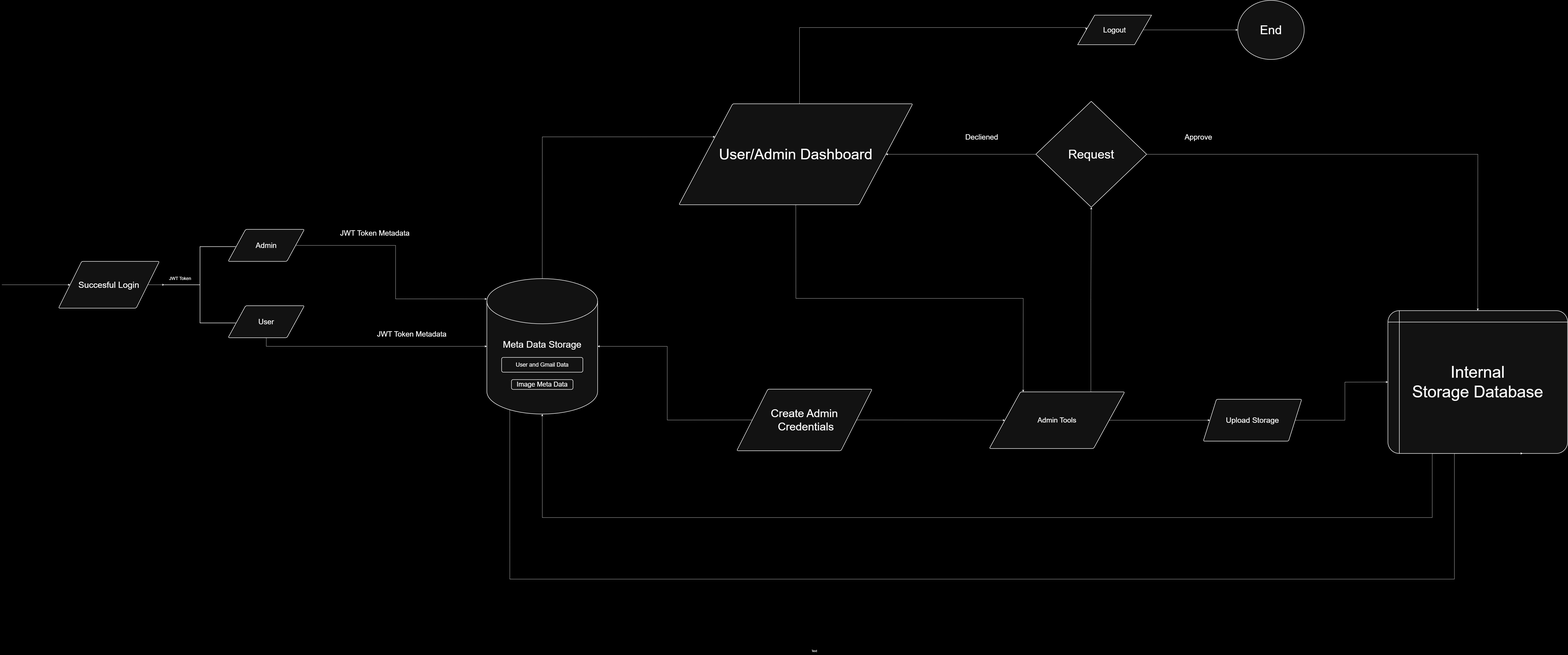
Earlier version of the draw.io export assets/dashboard-flow.png.png (PrajyotKankal/image-approval-system). Source tidied: cells renumbered, new cells last; positions are measured from the earlier drawing's top-left corner, leaving out a move shared by most shapes.
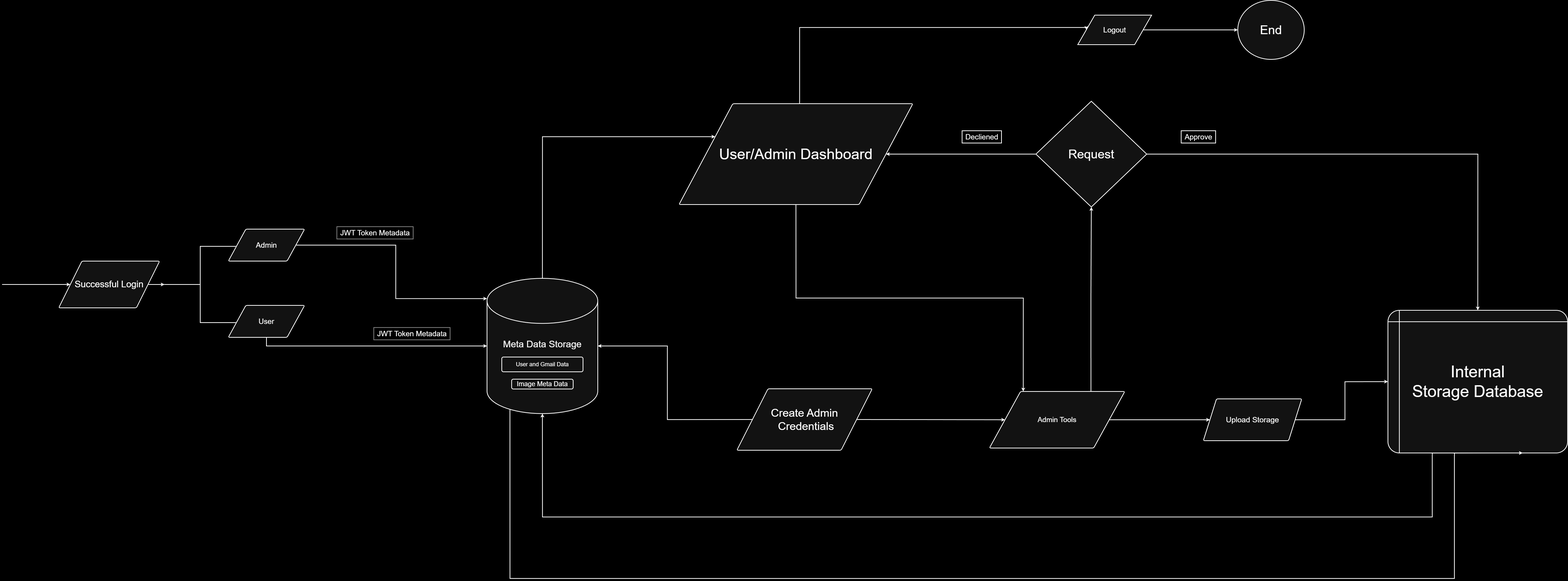
After the change.

Commit message:
Added flowchart PNGs to assets folder

The edit, as a diff of the source:
```diff
@@ -2,19 +2,16 @@
   <root>
     <mxCell id="0" />
     <mxCell id="1" parent="0" />
-    <mxCell id="2" style="strokeWidth=2;html=1;shape=mxgraph.flowchart.annotation_2;align=left;labelPosition=right;" parent="1" vertex="1">
+    <mxCell id="2" style="strokeWidth=3;html=1;shape=mxgraph.flowchart.annotation_2;align=left;labelPosition=right;strokeColor=default;" parent="1" vertex="1">
       <mxGeometry x="660" y="1000" width="290" height="310" as="geometry" />
     </mxCell>
-    <mxCell id="3" value="&lt;font style=&quot;font-size: 30px;&quot;&gt;Admin&lt;/font&gt;" style="shape=parallelogram;html=1;strokeWidth=2;perimeter=parallelogramPerimeter;whiteSpace=wrap;rounded=1;arcSize=12;size=0.23;" parent="1" vertex="1">
+    <mxCell id="3" value="&lt;font style=&quot;font-size: 30px;&quot;&gt;Admin&lt;/font&gt;" style="shape=parallelogram;html=1;strokeWidth=3;perimeter=parallelogramPerimeter;whiteSpace=wrap;rounded=1;arcSize=12;size=0.23;strokeColor=default;" parent="1" vertex="1">
       <mxGeometry x="919" y="930" width="310" height="130" as="geometry" />
     </mxCell>
-    <mxCell id="4" value="&lt;font style=&quot;font-size: 30px;&quot;&gt;User&lt;/font&gt;" style="shape=parallelogram;html=1;strokeWidth=2;perimeter=parallelogramPerimeter;whiteSpace=wrap;rounded=1;arcSize=12;size=0.23;" parent="1" vertex="1">
+    <mxCell id="4" value="&lt;font style=&quot;font-size: 30px;&quot;&gt;User&lt;/font&gt;" style="shape=parallelogram;html=1;strokeWidth=3;perimeter=parallelogramPerimeter;whiteSpace=wrap;rounded=1;arcSize=12;size=0.23;strokeColor=default;" parent="1" vertex="1">
       <mxGeometry x="919" y="1240" width="310" height="130" as="geometry" />
     </mxCell>
-    <mxCell id="5" value="&lt;font style=&quot;font-size: 18px;&quot;&gt;JWT Token&lt;/font&gt;" style="text;html=1;align=center;verticalAlign=middle;strokeColor=none;fillColor=none;strokeWidth=48;" parent="1" vertex="1">
-      <mxGeometry x="669" y="1110" width="110" height="40" as="geometry" />
-    </mxCell>
-    <mxCell id="6" style="edgeStyle=orthogonalEdgeStyle;rounded=0;jettySize=auto;html=1;exitX=0.5;exitY=0;exitDx=0;exitDy=0;entryX=0;entryY=0.5;entryDx=0;entryDy=0;" parent="1" edge="1" source="8" target="23">
+    <mxCell id="6" style="edgeStyle=orthogonalEdgeStyle;rounded=0;jettySize=auto;html=1;exitX=0.5;exitY=0;exitDx=0;exitDy=0;entryX=0;entryY=0.5;entryDx=0;entryDy=0;curved=0;strokeColor=default;strokeWidth=3;" parent="1" edge="1" source="8" target="23">
       <mxGeometry relative="1" as="geometry">
         <Array as="points">
           <mxPoint x="3240" y="420" />
@@ -23,28 +20,28 @@
         </Array>
       </mxGeometry>
     </mxCell>
-    <mxCell id="7" style="edgeStyle=orthogonalEdgeStyle;rounded=0;jettySize=auto;html=1;exitX=0.5;exitY=1;exitDx=0;exitDy=0;entryX=0.25;entryY=0;entryDx=0;entryDy=0;" parent="1" edge="1" source="8" target="10">
+    <mxCell id="7" style="edgeStyle=orthogonalEdgeStyle;rounded=0;jettySize=auto;html=1;exitX=0.5;exitY=1;exitDx=0;exitDy=0;entryX=0.25;entryY=0;entryDx=0;entryDy=0;strokeColor=default;strokeWidth=3;" parent="1" edge="1" source="8" target="10">
       <mxGeometry relative="1" as="geometry" />
     </mxCell>
-    <mxCell id="8" value="&lt;font style=&quot;font-size: 60px;&quot;&gt;User/Admin Dashboard&lt;/font&gt;" style="shape=parallelogram;html=1;strokeWidth=2;perimeter=parallelogramPerimeter;whiteSpace=wrap;rounded=1;arcSize=12;size=0.23;" parent="1" vertex="1">
+    <mxCell id="8" value="&lt;font style=&quot;font-size: 60px;&quot;&gt;User/Admin Dashboard&lt;/font&gt;" style="shape=parallelogram;html=1;strokeWidth=3;perimeter=parallelogramPerimeter;whiteSpace=wrap;rounded=1;arcSize=12;size=0.23;strokeColor=default;" parent="1" vertex="1">
       <mxGeometry x="2750" y="420" width="950" height="410" as="geometry" />
     </mxCell>
-    <mxCell id="9" style="edgeStyle=orthogonalEdgeStyle;rounded=0;jettySize=auto;html=1;exitX=1;exitY=0.5;exitDx=0;exitDy=0;entryX=0;entryY=0.5;entryDx=0;entryDy=0;" parent="1" edge="1" source="10" target="12">
+    <mxCell id="9" style="edgeStyle=orthogonalEdgeStyle;rounded=0;jettySize=auto;html=1;exitX=1;exitY=0.5;exitDx=0;exitDy=0;entryX=0;entryY=0.5;entryDx=0;entryDy=0;strokeColor=default;strokeWidth=3;" parent="1" edge="1" source="10" target="12">
       <mxGeometry relative="1" as="geometry" />
     </mxCell>
-    <mxCell id="10" value="&lt;font style=&quot;font-size: 29px;&quot;&gt;Admin Tools&lt;/font&gt;" style="shape=parallelogram;html=1;strokeWidth=2;perimeter=parallelogramPerimeter;whiteSpace=wrap;rounded=1;arcSize=12;size=0.23;" parent="1" vertex="1">
+    <mxCell id="10" value="&lt;font style=&quot;font-size: 29px;&quot;&gt;Admin Tools&lt;/font&gt;" style="shape=parallelogram;html=1;strokeWidth=3;perimeter=parallelogramPerimeter;whiteSpace=wrap;rounded=1;arcSize=12;size=0.23;strokeColor=default;" parent="1" vertex="1">
       <mxGeometry x="4011" y="1590" width="550" height="230" as="geometry" />
     </mxCell>
-    <mxCell id="11" style="edgeStyle=orthogonalEdgeStyle;rounded=0;jettySize=auto;html=1;exitX=1;exitY=0.5;exitDx=0;exitDy=0;entryX=0;entryY=0.5;entryDx=0;entryDy=0;" parent="1" edge="1" source="12" target="13">
+    <mxCell id="11" style="edgeStyle=orthogonalEdgeStyle;rounded=0;jettySize=auto;html=1;exitX=1;exitY=0.5;exitDx=0;exitDy=0;entryX=0;entryY=0.5;entryDx=0;entryDy=0;strokeColor=default;strokeWidth=3;" parent="1" edge="1" source="12" target="13">
       <mxGeometry relative="1" as="geometry" />
     </mxCell>
-    <mxCell id="12" value="&lt;font style=&quot;font-size: 31px;&quot;&gt;Upload Storage&lt;/font&gt;" style="shape=parallelogram;html=1;strokeWidth=2;perimeter=parallelogramPerimeter;whiteSpace=wrap;rounded=1;arcSize=12;size=0.13392857142857142;" parent="1" vertex="1">
+    <mxCell id="12" value="&lt;font style=&quot;font-size: 31px;&quot;&gt;Upload Storage&lt;/font&gt;" style="shape=parallelogram;html=1;strokeWidth=3;perimeter=parallelogramPerimeter;whiteSpace=wrap;rounded=1;arcSize=12;size=0.13392857142857142;strokeColor=default;" parent="1" vertex="1">
       <mxGeometry x="4880" y="1620" width="400" height="170" as="geometry" />
     </mxCell>
-    <mxCell id="13" value="&lt;font style=&quot;font-size: 66px;&quot;&gt;Internal&lt;/font&gt;&lt;div&gt;&lt;font style=&quot;font-size: 66px;&quot;&gt;Storage Database&lt;/font&gt;&lt;/div&gt;" style="shape=internalStorage;whiteSpace=wrap;html=1;dx=15;dy=15;rounded=1;arcSize=8;strokeWidth=2;" parent="1" vertex="1">
+    <mxCell id="13" value="&lt;font style=&quot;font-size: 66px;&quot;&gt;Internal&lt;/font&gt;&lt;div&gt;&lt;font style=&quot;font-size: 66px;&quot;&gt;Storage Database&lt;/font&gt;&lt;/div&gt;" style="shape=internalStorage;whiteSpace=wrap;html=1;dx=15;dy=15;rounded=1;arcSize=8;strokeWidth=3;strokeColor=default;" parent="1" vertex="1">
       <mxGeometry x="5630" y="1260" width="730" height="580" as="geometry" />
     </mxCell>
-    <mxCell id="14" style="edgeStyle=orthogonalEdgeStyle;rounded=0;jettySize=auto;html=1;exitX=0.207;exitY=0.969;exitDx=0;exitDy=0;exitPerimeter=0;entryX=0.75;entryY=1;entryDx=0;entryDy=0;" parent="1" edge="1" source="16" target="13">
+    <mxCell id="14" style="edgeStyle=orthogonalEdgeStyle;rounded=0;jettySize=auto;html=1;exitX=0.207;exitY=0.969;exitDx=0;exitDy=0;exitPerimeter=0;entryX=0.75;entryY=1;entryDx=0;entryDy=0;strokeColor=default;strokeWidth=3;" parent="1" edge="1" source="16" target="13">
       <mxGeometry relative="1" as="geometry">
         <Array as="points">
           <mxPoint x="2063" y="2350" />
@@ -53,44 +50,44 @@
         </Array>
       </mxGeometry>
     </mxCell>
-    <mxCell id="15" style="edgeStyle=orthogonalEdgeStyle;rounded=0;jettySize=auto;html=1;exitX=0.5;exitY=0;exitDx=0;exitDy=0;exitPerimeter=0;entryX=0;entryY=0.25;entryDx=0;entryDy=0;" parent="1" edge="1" source="16" target="8">
+    <mxCell id="15" style="edgeStyle=orthogonalEdgeStyle;rounded=0;jettySize=auto;html=1;exitX=0.5;exitY=0;exitDx=0;exitDy=0;exitPerimeter=0;entryX=0;entryY=0.25;entryDx=0;entryDy=0;strokeColor=default;strokeWidth=3;" parent="1" edge="1" source="16" target="8">
       <mxGeometry relative="1" as="geometry">
         <Array as="points">
           <mxPoint x="2195" y="554" />
         </Array>
       </mxGeometry>
     </mxCell>
-    <mxCell id="16" value="&lt;font style=&quot;font-size: 38px;&quot;&gt;Meta Data Storage&lt;/font&gt;&lt;div&gt;&lt;br&gt;&lt;/div&gt;" style="strokeWidth=2;html=1;shape=mxgraph.flowchart.database;whiteSpace=wrap;" parent="1" vertex="1">
+    <mxCell id="16" value="&lt;font style=&quot;font-size: 38px;&quot;&gt;Meta Data Storage&lt;/font&gt;&lt;div&gt;&lt;br&gt;&lt;/div&gt;" style="strokeWidth=3;html=1;shape=mxgraph.flowchart.database;whiteSpace=wrap;strokeColor=default;" parent="1" vertex="1">
       <mxGeometry x="1970" y="1130" width="450" height="550" as="geometry" />
     </mxCell>
-    <mxCell id="17" style="edgeStyle=orthogonalEdgeStyle;rounded=0;jettySize=auto;html=1;exitX=1;exitY=0.5;exitDx=0;exitDy=0;exitPerimeter=0;entryX=0.5;entryY=0;entryDx=0;entryDy=0;" parent="1" edge="1" source="19" target="13">
+    <mxCell id="17" style="edgeStyle=orthogonalEdgeStyle;rounded=0;jettySize=auto;html=1;exitX=1;exitY=0.5;exitDx=0;exitDy=0;exitPerimeter=0;entryX=0.5;entryY=0;entryDx=0;entryDy=0;strokeColor=default;strokeWidth=3;" parent="1" edge="1" source="19" target="13">
       <mxGeometry relative="1" as="geometry" />
     </mxCell>
-    <mxCell id="18" style="edgeStyle=orthogonalEdgeStyle;rounded=0;jettySize=auto;html=1;exitX=0;exitY=0.5;exitDx=0;exitDy=0;exitPerimeter=0;entryX=1;entryY=0.5;entryDx=0;entryDy=0;" parent="1" edge="1" source="19" target="8">
+    <mxCell id="18" style="edgeStyle=orthogonalEdgeStyle;rounded=0;jettySize=auto;html=1;exitX=0;exitY=0.5;exitDx=0;exitDy=0;exitPerimeter=0;entryX=1;entryY=0.5;entryDx=0;entryDy=0;strokeColor=default;strokeWidth=3;" parent="1" edge="1" source="19" target="8">
       <mxGeometry relative="1" as="geometry" />
     </mxCell>
-    <mxCell id="19" value="&lt;font style=&quot;font-size: 50px;&quot;&gt;Request&lt;/font&gt;" style="strokeWidth=2;html=1;shape=mxgraph.flowchart.decision;whiteSpace=wrap;" parent="1" vertex="1">
+    <mxCell id="19" value="&lt;font style=&quot;font-size: 50px;&quot;&gt;Request&lt;/font&gt;" style="strokeWidth=3;html=1;shape=mxgraph.flowchart.decision;whiteSpace=wrap;strokeColor=default;" parent="1" vertex="1">
       <mxGeometry x="4200" y="410" width="450" height="430" as="geometry" />
     </mxCell>
-    <mxCell id="20" value="&lt;font style=&quot;font-size: 30px;&quot;&gt;Approve&lt;/font&gt;" style="text;html=1;align=center;verticalAlign=middle;strokeColor=none;fillColor=none;" parent="1" vertex="1">
+    <mxCell id="20" value="&lt;font style=&quot;font-size: 30px;&quot;&gt;Approve&lt;/font&gt;" style="text;html=1;align=center;verticalAlign=middle;strokeColor=default;fillColor=none;strokeWidth=3;" parent="1" vertex="1">
       <mxGeometry x="4790" y="530" width="140" height="50" as="geometry" />
     </mxCell>
-    <mxCell id="21" value="&lt;font style=&quot;font-size: 30px;&quot;&gt;JWT Token Metadata&lt;/font&gt;" style="text;html=1;align=center;verticalAlign=middle;strokeColor=none;fillColor=none;opacity=50;" parent="1" vertex="1">
+    <mxCell id="21" value="&lt;font style=&quot;font-size: 30px;&quot;&gt;JWT Token Metadata&lt;/font&gt;" style="text;html=1;align=center;verticalAlign=middle;strokeColor=default;fillColor=none;opacity=50;strokeWidth=3;" parent="1" vertex="1">
       <mxGeometry x="1510" y="1330" width="310" height="50" as="geometry" />
     </mxCell>
-    <mxCell id="22" style="edgeStyle=orthogonalEdgeStyle;rounded=0;jettySize=auto;html=1;" parent="1" edge="1" source="23" target="37">
+    <mxCell id="22" style="edgeStyle=orthogonalEdgeStyle;rounded=0;jettySize=auto;html=1;strokeColor=default;strokeWidth=3;" parent="1" edge="1" source="23" target="37">
       <mxGeometry relative="1" as="geometry" />
     </mxCell>
-    <mxCell id="23" value="&lt;font style=&quot;font-size: 30px;&quot;&gt;Logout&lt;/font&gt;" style="shape=parallelogram;html=1;strokeWidth=2;perimeter=parallelogramPerimeter;whiteSpace=wrap;rounded=1;arcSize=0;size=0.23;" parent="1" vertex="1">
+    <mxCell id="23" value="&lt;font style=&quot;font-size: 30px;&quot;&gt;Logout&lt;/font&gt;" style="shape=parallelogram;html=1;strokeWidth=3;perimeter=parallelogramPerimeter;whiteSpace=wrap;rounded=1;arcSize=0;size=0.23;strokeColor=default;" parent="1" vertex="1">
       <mxGeometry x="4370" y="60" width="300" height="120" as="geometry" />
     </mxCell>
-    <mxCell id="24" style="edgeStyle=orthogonalEdgeStyle;rounded=0;jettySize=auto;html=1;exitX=0.5;exitY=1;exitDx=0;exitDy=0;entryX=0;entryY=0.5;entryDx=0;entryDy=0;entryPerimeter=0;" parent="1" edge="1" source="4" target="16">
+    <mxCell id="24" style="edgeStyle=orthogonalEdgeStyle;rounded=0;jettySize=auto;html=1;exitX=0.5;exitY=1;exitDx=0;exitDy=0;entryX=0;entryY=0.5;entryDx=0;entryDy=0;entryPerimeter=0;strokeColor=default;strokeWidth=3;" parent="1" edge="1" source="4" target="16">
       <mxGeometry relative="1" as="geometry" />
     </mxCell>
-    <mxCell id="25" style="edgeStyle=orthogonalEdgeStyle;rounded=0;jettySize=auto;html=1;exitX=1;exitY=0.5;exitDx=0;exitDy=0;entryX=0;entryY=0.15;entryDx=0;entryDy=0;entryPerimeter=0;" parent="1" edge="1" source="3" target="16">
+    <mxCell id="25" style="edgeStyle=orthogonalEdgeStyle;rounded=0;jettySize=auto;html=1;exitX=1;exitY=0.5;exitDx=0;exitDy=0;entryX=0;entryY=0.15;entryDx=0;entryDy=0;entryPerimeter=0;strokeColor=default;strokeWidth=3;" parent="1" edge="1" source="3" target="16">
       <mxGeometry relative="1" as="geometry" />
     </mxCell>
-    <mxCell id="26" style="edgeStyle=orthogonalEdgeStyle;rounded=0;jettySize=auto;html=1;exitX=0.5;exitY=1;exitDx=0;exitDy=0;entryX=0.5;entryY=1;entryDx=0;entryDy=0;entryPerimeter=0;" parent="1" edge="1" source="13" target="16">
+    <mxCell id="26" style="edgeStyle=orthogonalEdgeStyle;rounded=0;jettySize=auto;html=1;exitX=0.5;exitY=1;exitDx=0;exitDy=0;entryX=0.5;entryY=1;entryDx=0;entryDy=0;entryPerimeter=0;strokeColor=default;strokeWidth=3;" parent="1" edge="1" source="13" target="16">
       <mxGeometry relative="1" as="geometry">
         <Array as="points">
           <mxPoint x="5810" y="2100" />
@@ -98,46 +95,43 @@
         </Array>
       </mxGeometry>
     </mxCell>
-    <mxCell id="27" value="&lt;font style=&quot;font-size: 35px;&quot;&gt;Succesful Login&lt;/font&gt;" style="shape=parallelogram;html=1;strokeWidth=2;perimeter=parallelogramPerimeter;whiteSpace=wrap;rounded=1;arcSize=12;size=0.23;" parent="1" vertex="1">
+    <mxCell id="27" value="&lt;font style=&quot;font-size: 37px;&quot;&gt;Successful Login&lt;/font&gt;" style="shape=parallelogram;html=1;strokeWidth=3;perimeter=parallelogramPerimeter;whiteSpace=wrap;rounded=1;arcSize=12;size=0.23;strokeColor=default;" parent="1" vertex="1">
       <mxGeometry x="230" y="1060" width="410" height="190" as="geometry" />
     </mxCell>
-    <mxCell id="28" style="edgeStyle=orthogonalEdgeStyle;rounded=0;jettySize=auto;html=1;exitX=1;exitY=0.5;exitDx=0;exitDy=0;entryX=0;entryY=0.5;entryDx=0;entryDy=0;entryPerimeter=0;" parent="1" edge="1" source="27" target="2">
+    <mxCell id="28" style="edgeStyle=orthogonalEdgeStyle;rounded=0;jettySize=auto;html=1;exitX=1;exitY=0.5;exitDx=0;exitDy=0;entryX=0;entryY=0.5;entryDx=0;entryDy=0;entryPerimeter=0;strokeColor=default;strokeWidth=3;" parent="1" edge="1" source="27" target="2">
       <mxGeometry relative="1" as="geometry" />
     </mxCell>
-    <mxCell id="29" value="&lt;font style=&quot;font-size: 30px;&quot;&gt;Decliened&lt;/font&gt;" style="text;html=1;align=center;verticalAlign=middle;strokeColor=none;fillColor=none;" parent="1" vertex="1">
+    <mxCell id="29" value="&lt;font style=&quot;font-size: 30px;&quot;&gt;Decliened&lt;/font&gt;" style="text;html=1;align=center;verticalAlign=middle;strokeColor=default;fillColor=none;strokeWidth=3;" parent="1" vertex="1">
       <mxGeometry x="3900" y="530" width="160" height="50" as="geometry" />
     </mxCell>
-    <mxCell id="30" value="&lt;font style=&quot;font-size: 23px;&quot;&gt;User and Gmail Data&lt;/font&gt;" style="rounded=1;whiteSpace=wrap;html=1;absoluteArcSize=1;arcSize=14;strokeWidth=2;" parent="1" vertex="1">
+    <mxCell id="30" value="&lt;font style=&quot;font-size: 23px;&quot;&gt;User and Gmail Data&lt;/font&gt;" style="rounded=1;whiteSpace=wrap;html=1;absoluteArcSize=1;arcSize=14;strokeWidth=3;strokeColor=default;" parent="1" vertex="1">
       <mxGeometry x="2030" y="1450" width="330" height="60" as="geometry" />
     </mxCell>
-    <mxCell id="31" value="&lt;font style=&quot;font-size: 27px;&quot;&gt;Image Meta Data&lt;/font&gt;" style="rounded=1;whiteSpace=wrap;html=1;absoluteArcSize=1;arcSize=14;strokeWidth=2;" parent="1" vertex="1">
+    <mxCell id="31" value="&lt;font style=&quot;font-size: 27px;&quot;&gt;Image Meta Data&lt;/font&gt;" style="rounded=1;whiteSpace=wrap;html=1;absoluteArcSize=1;arcSize=14;strokeWidth=3;strokeColor=default;" parent="1" vertex="1">
       <mxGeometry x="2070" y="1540" width="250" height="40" as="geometry" />
     </mxCell>
-    <mxCell id="32" style="edgeStyle=orthogonalEdgeStyle;rounded=0;jettySize=auto;html=1;exitX=1;exitY=0.5;exitDx=0;exitDy=0;entryX=0;entryY=0.5;entryDx=0;entryDy=0;" parent="1" edge="1" source="33" target="10">
+    <mxCell id="32" style="edgeStyle=orthogonalEdgeStyle;rounded=0;jettySize=auto;html=1;exitX=1;exitY=0.5;exitDx=0;exitDy=0;entryX=0;entryY=0.5;entryDx=0;entryDy=0;strokeColor=default;strokeWidth=3;" parent="1" edge="1" source="33" target="10">
       <mxGeometry relative="1" as="geometry" />
     </mxCell>
-    <mxCell id="33" value="&lt;font style=&quot;font-size: 45px;&quot;&gt;Create Admin&lt;/font&gt;&lt;div&gt;&lt;font style=&quot;font-size: 45px;&quot;&gt;&lt;font style=&quot;&quot;&gt;&amp;nbsp;Crede&lt;/font&gt;&lt;span style=&quot;background-color: transparent; color: light-dark(rgb(0, 0, 0), rgb(255, 255, 255));&quot;&gt;ntials&lt;/span&gt;&lt;/font&gt;&lt;/div&gt;" style="shape=parallelogram;html=1;strokeWidth=2;perimeter=parallelogramPerimeter;whiteSpace=wrap;rounded=1;arcSize=12;size=0.23;" parent="1" vertex="1">
+    <mxCell id="33" value="&lt;font style=&quot;font-size: 45px;&quot;&gt;Create Admin&lt;/font&gt;&lt;div&gt;&lt;font style=&quot;font-size: 45px;&quot;&gt;&lt;font style=&quot;&quot;&gt;&amp;nbsp;Crede&lt;/font&gt;&lt;span style=&quot;background-color: transparent; color: light-dark(rgb(0, 0, 0), rgb(255, 255, 255));&quot;&gt;ntials&lt;/span&gt;&lt;/font&gt;&lt;/div&gt;" style="shape=parallelogram;html=1;strokeWidth=3;perimeter=parallelogramPerimeter;whiteSpace=wrap;rounded=1;arcSize=12;size=0.23;strokeColor=default;" parent="1" vertex="1">
       <mxGeometry x="2985" y="1579" width="550" height="250" as="geometry" />
     </mxCell>
-    <mxCell id="34" style="edgeStyle=orthogonalEdgeStyle;rounded=0;jettySize=auto;html=1;exitX=0;exitY=0.5;exitDx=0;exitDy=0;entryX=1;entryY=0.5;entryDx=0;entryDy=0;entryPerimeter=0;" parent="1" edge="1" source="33" target="16">
+    <mxCell id="34" style="edgeStyle=orthogonalEdgeStyle;rounded=0;jettySize=auto;html=1;exitX=0;exitY=0.5;exitDx=0;exitDy=0;entryX=1;entryY=0.5;entryDx=0;entryDy=0;entryPerimeter=0;strokeColor=default;strokeWidth=3;" parent="1" edge="1" source="33" target="16">
       <mxGeometry relative="1" as="geometry" />
     </mxCell>
-    <mxCell id="35" style="edgeStyle=orthogonalEdgeStyle;rounded=0;jettySize=auto;html=1;exitX=0.75;exitY=0;exitDx=0;exitDy=0;entryX=0.5;entryY=1;entryDx=0;entryDy=0;entryPerimeter=0;" parent="1" edge="1" source="10" target="19">
+    <mxCell id="35" style="edgeStyle=orthogonalEdgeStyle;rounded=0;jettySize=auto;html=1;exitX=0.75;exitY=0;exitDx=0;exitDy=0;entryX=0.5;entryY=1;entryDx=0;entryDy=0;entryPerimeter=0;strokeColor=default;strokeWidth=3;" parent="1" edge="1" source="10" target="19">
       <mxGeometry relative="1" as="geometry" />
     </mxCell>
-    <mxCell id="36" value="&lt;font style=&quot;font-size: 30px;&quot;&gt;JWT Token Metadata&lt;/font&gt;" style="text;html=1;align=center;verticalAlign=middle;strokeColor=none;fillColor=none;opacity=50;" parent="1" vertex="1">
+    <mxCell id="36" value="&lt;font style=&quot;font-size: 30px;&quot;&gt;JWT Token Metadata&lt;/font&gt;" style="text;html=1;align=center;verticalAlign=middle;strokeColor=default;fillColor=none;opacity=50;strokeWidth=3;" parent="1" vertex="1">
       <mxGeometry x="1360" y="920" width="310" height="50" as="geometry" />
     </mxCell>
-    <mxCell id="37" value="&lt;font style=&quot;font-size: 50px;&quot;&gt;End&lt;/font&gt;" style="ellipse;whiteSpace=wrap;html=1;strokeWidth=2;rounded=1;arcSize=0;" parent="1" vertex="1">
+    <mxCell id="37" value="&lt;font style=&quot;font-size: 50px;&quot;&gt;End&lt;/font&gt;" style="ellipse;whiteSpace=wrap;html=1;strokeWidth=3;rounded=1;arcSize=0;strokeColor=default;" parent="1" vertex="1">
       <mxGeometry x="5020" width="270" height="240" as="geometry" />
     </mxCell>
-    <mxCell id="38" style="endArrow=classic;html=1;rounded=0;entryX=0;entryY=0.5;entryDx=0;entryDy=0;" parent="1" edge="1" target="27">
+    <mxCell id="38" style="endArrow=classic;html=1;rounded=0;entryX=0;entryY=0.5;entryDx=0;entryDy=0;strokeColor=default;strokeWidth=3;" parent="1" edge="1" target="27">
       <mxGeometry relative="1" as="geometry">
         <mxPoint y="1155" as="sourcePoint" />
       </mxGeometry>
     </mxCell>
-    <mxCell id="39" value="Text" style="text;html=1;align=center;verticalAlign=middle;strokeColor=none;fillColor=none;" parent="1" vertex="1">
-      <mxGeometry x="3275" y="2628" width="50" height="30" as="geometry" />
-    </mxCell>
   </root>
 </mxGraphModel>
```
